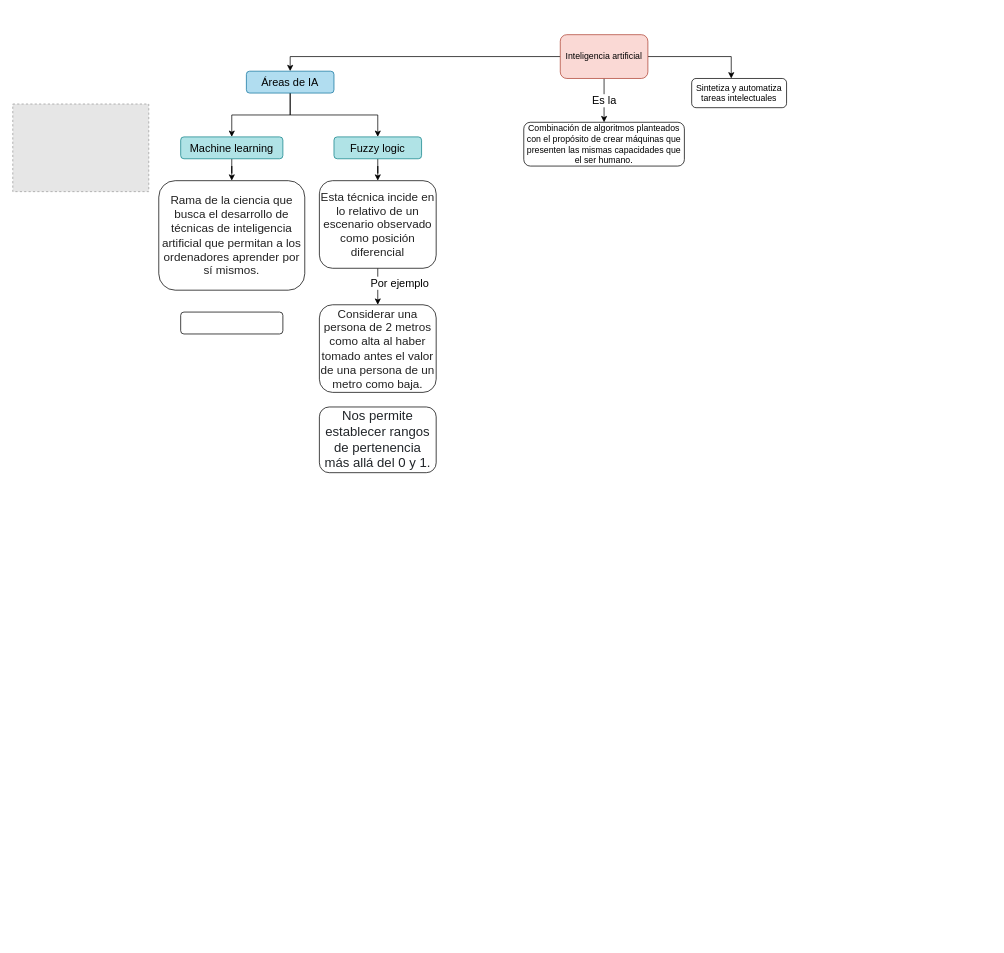
Above: new.drawio in rulgamer03/Mapas (draw.io), before the change. Source tidied: cells renumbered, new cells numbered last; positions are measured from the earlier drawing's top-left corner, leaving out a move shared by most shapes. Both pictures are drawn from the tidied source at 73%, with x=0, y=0 at pixel (12, 34). Pictures stored in the file or linked from it are replaced by grey dashed boxes.
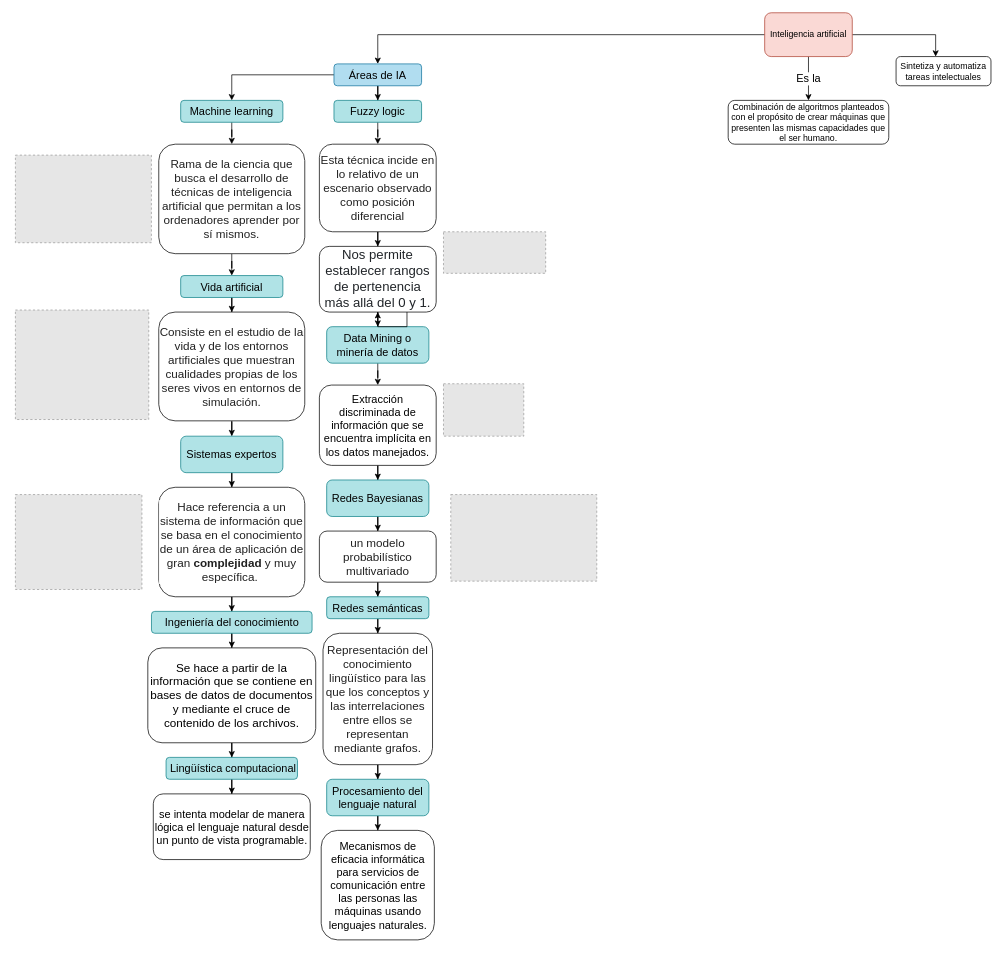
Above is the later version.

Change to the diagram source:
```diff
@@
     <mxCell id="5" value="Inteligencia artificial" style="rounded=1;whiteSpace=wrap;html=1;fillColor=#fad9d5;strokeColor=#ae4132;" parent="1" vertex="1">
-      <mxGeometry x="750" width="120" height="60" as="geometry" />
+      <mxGeometry x="1030" y="-30" width="120" height="60" as="geometry" />
     </mxCell>
     <mxCell id="6" value="Sintetiza y automatiza tareas intelectuales" style="rounded=1;whiteSpace=wrap;html=1;" parent="1" vertex="1">
-      <mxGeometry x="930" y="60" width="130" height="40" as="geometry" />
+      <mxGeometry x="1210" y="30" width="130" height="40" as="geometry" />
     </mxCell>
     <mxCell id="7" value="&lt;span style=&quot;background-color: initial;&quot;&gt;Combinación de algoritmos planteados con el propósito&amp;nbsp;&lt;/span&gt;&lt;span style=&quot;background-color: initial;&quot;&gt;de crear máquinas que presenten las mismas capacidades que el ser humano.&lt;/span&gt;" style="rounded=1;whiteSpace=wrap;html=1;" parent="1" vertex="1">
-      <mxGeometry x="700" y="120" width="220" height="60" as="geometry" />
+      <mxGeometry x="980" y="90" width="220" height="60" as="geometry" />
     </mxCell>
@@
     <mxCell id="10" value="Áreas de IA" style="rounded=1;whiteSpace=wrap;html=1;fontSize=15;fillColor=#b1ddf0;strokeColor=#10739e;" parent="1" vertex="1">
-      <mxGeometry x="320" y="50" width="120" height="30" as="geometry" />
+      <mxGeometry x="440" y="40" width="120" height="30" as="geometry" />
     </mxCell>
@@
     <mxCell id="12" value="Machine learning" style="rounded=1;whiteSpace=wrap;html=1;fontSize=15;fillColor=#b0e3e6;strokeColor=#0e8088;" parent="1" vertex="1">
-      <mxGeometry x="230" y="140" width="140" height="30" as="geometry" />
+      <mxGeometry x="230" y="90" width="140" height="30" as="geometry" />
     </mxCell>
+    <mxCell id="22" style="edgeStyle=orthogonalEdgeStyle;rounded=0;jettySize=auto;html=1;fontSize=15;" parent="1" edge="1" source="13" target="19">
+      <mxGeometry relative="1" as="geometry" />
+    </mxCell>
     <mxCell id="13" value="&lt;span style=&quot;color: rgb(34, 34, 34); font-family: Muli, sans-serif; font-size: 16px; font-style: normal; font-variant-ligatures: normal; font-variant-caps: normal; font-weight: 400; letter-spacing: normal; orphans: 2; text-align: start; text-indent: 0px; text-transform: none; widows: 2; word-spacing: 0px; -webkit-text-stroke-width: 0px; background-color: rgb(255, 255, 255); text-decoration-thickness: initial; text-decoration-style: initial; text-decoration-color: initial; float: none; display: inline !important;&quot;&gt;Rama de la ciencia que busca el desarrollo de técnicas de inteligencia artificial que permitan a los ordenadores aprender por sí mismos.&lt;/span&gt;" style="rounded=1;whiteSpace=wrap;html=1;fontSize=15;" parent="1" vertex="1">
-      <mxGeometry x="200" y="200" width="200" height="150" as="geometry" />
+      <mxGeometry x="200" y="150" width="200" height="150" as="geometry" />
     </mxCell>
@@
     <mxCell id="15" value="Fuzzy logic" style="rounded=1;whiteSpace=wrap;html=1;fontSize=15;fillColor=#b0e3e6;strokeColor=#0e8088;" parent="1" vertex="1">
-      <mxGeometry x="440" y="140" width="120" height="30" as="geometry" />
+      <mxGeometry x="440" y="90" width="120" height="30" as="geometry" />
     </mxCell>
-    <mxCell id="16" value="Por ejemplo" style="edgeStyle=orthogonalEdgeStyle;rounded=0;jettySize=auto;html=1;fontSize=15;" parent="1" edge="1" source="17" target="18">
-      <mxGeometry x="-0.2" y="30" relative="1" as="geometry" />
-    </mxCell>
+    <mxCell id="23" style="edgeStyle=orthogonalEdgeStyle;rounded=0;jettySize=auto;html=1;fontSize=15;fontColor=none;" parent="1" edge="1" source="17" target="21">
+      <mxGeometry relative="1" as="geometry" />
+    </mxCell>
     <mxCell id="17" value="&lt;span style=&quot;color: rgb(34, 34, 34); font-family: Muli, sans-serif; font-size: 16px; font-style: normal; font-variant-ligatures: normal; font-variant-caps: normal; font-weight: 400; letter-spacing: normal; orphans: 2; text-align: start; text-indent: 0px; text-transform: none; widows: 2; word-spacing: 0px; -webkit-text-stroke-width: 0px; background-color: rgb(255, 255, 255); text-decoration-thickness: initial; text-decoration-style: initial; text-decoration-color: initial; float: none; display: inline !important;&quot;&gt;Esta técnica incide en lo relativo de un escenario observado como posición diferencial&lt;/span&gt;" style="rounded=1;whiteSpace=wrap;html=1;fontSize=15;" parent="1" vertex="1">
-      <mxGeometry x="420" y="200" width="160" height="120" as="geometry" />
+      <mxGeometry x="420" y="150" width="160" height="120" as="geometry" />
     </mxCell>
-    <mxCell id="18" value="&lt;span style=&quot;color: rgb(34, 34, 34); font-family: Muli, sans-serif; font-size: 16px; font-style: normal; font-variant-ligatures: normal; font-variant-caps: normal; font-weight: 400; letter-spacing: normal; orphans: 2; text-align: start; text-indent: 0px; text-transform: none; widows: 2; word-spacing: 0px; -webkit-text-stroke-width: 0px; background-color: rgb(255, 255, 255); text-decoration-thickness: initial; text-decoration-style: initial; text-decoration-color: initial; float: none; display: inline !important;&quot;&gt;Considerar una persona de 2 metros como alta al haber tomado antes el valor de una persona de un metro como baja.&lt;/span&gt;" style="rounded=1;whiteSpace=wrap;html=1;fontSize=15;" parent="1" vertex="1">
-      <mxGeometry x="420" y="370" width="160" height="120" as="geometry" />
-    </mxCell>
+    <mxCell id="24" style="edgeStyle=orthogonalEdgeStyle;rounded=0;jettySize=auto;html=1;fontSize=15;" parent="1" edge="1" source="19" target="28">
+      <mxGeometry relative="1" as="geometry" />
+    </mxCell>
-    <mxCell id="19" style="rounded=1;whiteSpace=wrap;html=1;fontSize=15;" parent="1" vertex="1">
-      <mxGeometry x="230" y="380" width="140" height="30" as="geometry" />
+    <mxCell id="19" value="Vida artificial" style="rounded=1;whiteSpace=wrap;html=1;fontSize=15;fillColor=#b0e3e6;strokeColor=#0e8088;" parent="1" vertex="1">
+      <mxGeometry x="230" y="330" width="140" height="30" as="geometry" />
     </mxCell>
     <mxCell id="20" style="fillColor=#E6E6E6;strokeColor=#999999;dashed=1;verticalLabelPosition=bottom;verticalAlign=top;fontSize=15;" parent="1" vertex="1">
-      <mxGeometry y="95" width="186.3" height="120" as="geometry" />
+      <mxGeometry x="3.6" y="165" width="186.3" height="120" as="geometry" />
     </mxCell>
+    <mxCell id="25" style="edgeStyle=orthogonalEdgeStyle;rounded=0;jettySize=auto;html=1;fontSize=15;fontColor=none;" parent="1" edge="1" source="21" target="36">
+      <mxGeometry relative="1" as="geometry" />
+    </mxCell>
     <mxCell id="21" value="&lt;span style=&quot;color: rgb(33, 37, 41); font-family: Montserrat, Helvetica, Arial, sans-serif; font-size: 18px; font-style: normal; font-variant-ligatures: normal; font-variant-caps: normal; font-weight: 400; letter-spacing: normal; orphans: 2; text-align: left; text-indent: 0px; text-transform: none; widows: 2; word-spacing: 0px; -webkit-text-stroke-width: 0px; background-color: rgb(255, 255, 255); text-decoration-thickness: initial; text-decoration-style: initial; text-decoration-color: initial; float: none; display: inline !important;&quot;&gt;Nos permite establecer rangos de pertenencia más allá del 0 y 1.&lt;/span&gt;" style="rounded=1;whiteSpace=wrap;html=1;fontSize=15;" parent="1" vertex="1">
-      <mxGeometry x="420" y="510" width="160" height="90" as="geometry" />
+      <mxGeometry x="420" y="290" width="160" height="90" as="geometry" />
     </mxCell>
+    <mxCell id="26" style="fillColor=#E6E6E6;strokeColor=#999999;dashed=1;verticalLabelPosition=bottom;verticalAlign=top;fontSize=15;" parent="1" vertex="1">
+      <mxGeometry x="590" y="270" width="140" height="56.9" as="geometry" />
+    </mxCell>
+    <mxCell id="27" style="edgeStyle=orthogonalEdgeStyle;rounded=0;jettySize=auto;html=1;fontSize=15;" parent="1" edge="1" source="28" target="31">
+      <mxGeometry relative="1" as="geometry" />
+    </mxCell>
+    <mxCell id="28" value="&lt;span style=&quot;color: rgb(34, 34, 34); font-family: Muli, sans-serif; font-size: 16px; font-style: normal; font-variant-ligatures: normal; font-variant-caps: normal; font-weight: 400; letter-spacing: normal; orphans: 2; text-align: start; text-indent: 0px; text-transform: none; widows: 2; word-spacing: 0px; -webkit-text-stroke-width: 0px; background-color: rgb(255, 255, 255); text-decoration-thickness: initial; text-decoration-style: initial; text-decoration-color: initial; float: none; display: inline !important;&quot;&gt;Consiste en el estudio de la vida y de los entornos artificiales que muestran cualidades propias de los seres vivos en entornos de simulación.&lt;/span&gt;&lt;br&gt;" style="rounded=1;whiteSpace=wrap;html=1;fontSize=15;" parent="1" vertex="1">
+      <mxGeometry x="200" y="380" width="200" height="149" as="geometry" />
+    </mxCell>
+    <mxCell id="29" style="fillColor=#E6E6E6;strokeColor=#999999;dashed=1;verticalLabelPosition=bottom;verticalAlign=top;fontSize=15;" parent="1" vertex="1">
+      <mxGeometry x="3.6" y="377.2" width="182.7" height="150" as="geometry" />
+    </mxCell>
+    <mxCell id="30" style="edgeStyle=orthogonalEdgeStyle;rounded=0;jettySize=auto;html=1;fontSize=15;" parent="1" edge="1" source="31" target="33">
+      <mxGeometry relative="1" as="geometry" />
+    </mxCell>
+    <mxCell id="31" value="&lt;p class=&quot;MsoNormal&quot;&gt;Sistemas expertos&lt;/p&gt;" style="rounded=1;whiteSpace=wrap;html=1;fontSize=15;fillColor=#b0e3e6;strokeColor=#0e8088;" parent="1" vertex="1">
+      <mxGeometry x="230" y="550" width="140" height="50" as="geometry" />
+    </mxCell>
+    <mxCell id="32" style="edgeStyle=orthogonalEdgeStyle;rounded=0;jettySize=auto;html=1;fontSize=15;fontColor=default;" parent="1" edge="1" source="33" target="46">
+      <mxGeometry relative="1" as="geometry" />
+    </mxCell>
+    <mxCell id="33" value="&lt;span style=&quot;color: rgb(34, 34, 34); font-family: Muli, sans-serif; font-size: 16px; font-style: normal; font-variant-ligatures: normal; font-variant-caps: normal; font-weight: 400; letter-spacing: normal; orphans: 2; text-align: start; text-indent: 0px; text-transform: none; widows: 2; word-spacing: 0px; -webkit-text-stroke-width: 0px; background-color: rgb(255, 255, 255); text-decoration-thickness: initial; text-decoration-style: initial; text-decoration-color: initial; float: none; display: inline !important;&quot;&gt;Hace referencia a un sistema de información que se basa en el conocimiento de un área de aplicación de gran&lt;span&gt;&amp;nbsp;&lt;/span&gt;&lt;/span&gt;&lt;strong style=&quot;box-sizing: border-box; font-weight: bold; color: rgb(34, 34, 34); font-family: Muli, sans-serif; font-size: 16px; font-style: normal; font-variant-ligatures: normal; font-variant-caps: normal; letter-spacing: normal; orphans: 2; text-align: start; text-indent: 0px; text-transform: none; widows: 2; word-spacing: 0px; -webkit-text-stroke-width: 0px; background-color: rgb(255, 255, 255); text-decoration-thickness: initial; text-decoration-style: initial; text-decoration-color: initial;&quot;&gt;complejidad&lt;/strong&gt;&lt;span style=&quot;color: rgb(34, 34, 34); font-family: Muli, sans-serif; font-size: 16px; font-style: normal; font-variant-ligatures: normal; font-variant-caps: normal; font-weight: 400; letter-spacing: normal; orphans: 2; text-align: start; text-indent: 0px; text-transform: none; widows: 2; word-spacing: 0px; -webkit-text-stroke-width: 0px; background-color: rgb(255, 255, 255); text-decoration-thickness: initial; text-decoration-style: initial; text-decoration-color: initial; float: none; display: inline !important;&quot;&gt;&lt;span&gt;&amp;nbsp;&lt;/span&gt;y muy específica.&lt;span&gt;&amp;nbsp;&lt;/span&gt;&lt;/span&gt;&lt;br&gt;" style="rounded=1;whiteSpace=wrap;html=1;labelBackgroundColor=#FFFFFF;fontSize=15;" parent="1" vertex="1">
+      <mxGeometry x="200" y="620" width="200" height="150" as="geometry" />
+    </mxCell>
+    <mxCell id="34" style="fillColor=#E6E6E6;strokeColor=#999999;dashed=1;verticalLabelPosition=bottom;verticalAlign=top;labelBackgroundColor=#FFFFFF;fontSize=15;" parent="1" vertex="1">
+      <mxGeometry x="3.6" y="630" width="173.3" height="130" as="geometry" />
+    </mxCell>
+    <mxCell id="35" style="edgeStyle=orthogonalEdgeStyle;rounded=0;jettySize=auto;html=1;fontSize=15;fontColor=none;" parent="1" edge="1" source="36" target="38">
+      <mxGeometry relative="1" as="geometry" />
+    </mxCell>
+    <mxCell id="36" value="&lt;p class=&quot;MsoNormal&quot;&gt;Data Mining o minería de datos&lt;/p&gt;" style="rounded=1;whiteSpace=wrap;html=1;fontSize=15;fillColor=#b0e3e6;strokeColor=#0e8088;" parent="1" vertex="1">
+      <mxGeometry x="430" y="400" width="140" height="50" as="geometry" />
+    </mxCell>
+    <mxCell id="37" style="edgeStyle=orthogonalEdgeStyle;rounded=0;jettySize=auto;html=1;fontSize=15;fontColor=none;" parent="1" edge="1" source="38" target="41">
+      <mxGeometry relative="1" as="geometry" />
+    </mxCell>
+    <mxCell id="38" value="Extracción discriminada de información que se encuentra implícita en los datos manejados." style="rounded=1;whiteSpace=wrap;html=1;labelBackgroundColor=none;fontSize=15;fontColor=none;" parent="1" vertex="1">
+      <mxGeometry x="420" y="480" width="160" height="110" as="geometry" />
+    </mxCell>
+    <mxCell id="39" style="fillColor=#E6E6E6;strokeColor=#999999;dashed=1;verticalLabelPosition=bottom;labelBackgroundColor=default;verticalAlign=top;" parent="1" vertex="1">
+      <mxGeometry x="590" y="478.2" width="110" height="71.8" as="geometry" />
+    </mxCell>
+    <mxCell id="40" style="edgeStyle=orthogonalEdgeStyle;rounded=0;jettySize=auto;html=1;fontSize=15;fontColor=none;" parent="1" edge="1" source="41" target="43">
+      <mxGeometry relative="1" as="geometry" />
+    </mxCell>
+    <mxCell id="41" value="&lt;p class=&quot;MsoNormal&quot;&gt;Redes Bayesianas&lt;/p&gt;" style="rounded=1;whiteSpace=wrap;html=1;fontSize=15;fillColor=#b0e3e6;strokeColor=#0e8088;" parent="1" vertex="1">
+      <mxGeometry x="430" y="610" width="140" height="50" as="geometry" />
+    </mxCell>
+    <mxCell id="42" style="edgeStyle=orthogonalEdgeStyle;rounded=0;jettySize=auto;html=1;fontSize=15;fontColor=default;" parent="1" edge="1" source="43" target="50">
+      <mxGeometry relative="1" as="geometry" />
+    </mxCell>
+    <mxCell id="43" value="&lt;span style=&quot;color: rgb(34, 34, 34); font-family: Muli, sans-serif; font-size: 16px; font-style: normal; font-variant-ligatures: normal; font-variant-caps: normal; font-weight: 400; letter-spacing: normal; orphans: 2; text-align: start; text-indent: 0px; text-transform: none; widows: 2; word-spacing: 0px; -webkit-text-stroke-width: 0px; text-decoration-thickness: initial; text-decoration-style: initial; text-decoration-color: initial; float: none; display: inline !important;&quot;&gt;un modelo probabilístico multivariado&lt;/span&gt;" style="rounded=1;whiteSpace=wrap;html=1;labelBackgroundColor=none;fontSize=15;fontColor=none;" parent="1" vertex="1">
+      <mxGeometry x="420" y="680" width="160" height="70" as="geometry" />
+    </mxCell>
+    <mxCell id="44" style="fillColor=#E6E6E6;strokeColor=#999999;dashed=1;verticalLabelPosition=bottom;labelBackgroundColor=default;verticalAlign=top;" parent="1" vertex="1">
+      <mxGeometry x="600" y="630" width="200" height="118.6" as="geometry" />
+    </mxCell>
+    <mxCell id="45" style="edgeStyle=orthogonalEdgeStyle;rounded=0;jettySize=auto;html=1;fontSize=15;fontColor=default;" parent="1" edge="1" source="46" target="48">
+      <mxGeometry relative="1" as="geometry" />
+    </mxCell>
+    <mxCell id="46" value="Ingeniería del conocimiento" style="rounded=1;fontSize=15;fillColor=#b0e3e6;strokeColor=#0e8088;html=1;" parent="1" vertex="1">
+      <mxGeometry x="190" y="790" width="220" height="30" as="geometry" />
+    </mxCell>
+    <mxCell id="47" style="edgeStyle=orthogonalEdgeStyle;rounded=0;jettySize=auto;html=1;fontSize=15;fontColor=default;" parent="1" edge="1" source="48" target="54">
+      <mxGeometry relative="1" as="geometry" />
+    </mxCell>
+    <mxCell id="48" value="&lt;span style=&quot;font-family: Muli, sans-serif; font-size: 16px; font-style: normal; font-variant-ligatures: normal; font-variant-caps: normal; font-weight: 400; letter-spacing: normal; orphans: 2; text-align: start; text-indent: 0px; text-transform: none; widows: 2; word-spacing: 0px; -webkit-text-stroke-width: 0px; background-color: rgb(255, 255, 255); text-decoration-thickness: initial; text-decoration-style: initial; text-decoration-color: initial; float: none; display: inline !important;&quot;&gt;Se hace a partir de la información que se contiene en bases de datos de documentos y mediante el cruce de contenido de los archivos.&lt;/span&gt;" style="rounded=1;html=1;labelBackgroundColor=none;fontSize=15;fontColor=default;whiteSpace=wrap;" parent="1" vertex="1">
+      <mxGeometry x="185" y="840" width="230" height="130" as="geometry" />
+    </mxCell>
+    <mxCell id="49" style="edgeStyle=orthogonalEdgeStyle;rounded=0;jettySize=auto;html=1;fontSize=15;fontColor=default;" parent="1" edge="1" source="50" target="52">
+      <mxGeometry relative="1" as="geometry" />
+    </mxCell>
+    <mxCell id="50" value="Redes semánticas" style="rounded=1;whiteSpace=wrap;html=1;labelBackgroundColor=none;fontSize=15;fillColor=#b0e3e6;strokeColor=#0e8088;" parent="1" vertex="1">
+      <mxGeometry x="430" y="770" width="140" height="30" as="geometry" />
+    </mxCell>
+    <mxCell id="51" style="edgeStyle=orthogonalEdgeStyle;rounded=0;jettySize=auto;html=1;fontSize=15;fontColor=default;" parent="1" edge="1" source="52" target="58">
+      <mxGeometry relative="1" as="geometry" />
+    </mxCell>
+    <mxCell id="52" value="&lt;span style=&quot;color: rgb(34, 34, 34); font-family: Muli, sans-serif; font-size: 16px; font-style: normal; font-variant-ligatures: normal; font-variant-caps: normal; font-weight: 400; letter-spacing: normal; orphans: 2; text-align: start; text-indent: 0px; text-transform: none; widows: 2; word-spacing: 0px; -webkit-text-stroke-width: 0px; background-color: rgb(255, 255, 255); text-decoration-thickness: initial; text-decoration-style: initial; text-decoration-color: initial; float: none; display: inline !important;&quot;&gt;Representación del conocimiento lingüístico para las que los conceptos y las interrelaciones entre ellos se representan mediante grafos.&lt;/span&gt;&lt;br&gt;" style="rounded=1;whiteSpace=wrap;html=1;labelBackgroundColor=none;fontSize=15;fontColor=default;" parent="1" vertex="1">
+      <mxGeometry x="425" y="820" width="150" height="180" as="geometry" />
+    </mxCell>
+    <mxCell id="53" style="edgeStyle=orthogonalEdgeStyle;rounded=0;jettySize=auto;html=1;fontSize=15;fontColor=default;" parent="1" edge="1" source="54" target="55">
+      <mxGeometry relative="1" as="geometry" />
+    </mxCell>
+    <mxCell id="54" value=" Lingüística computacional" style="rounded=1;whiteSpace=wrap;labelBackgroundColor=none;fontSize=15;html=1;fillColor=#b0e3e6;strokeColor=#0e8088;" parent="1" vertex="1">
+      <mxGeometry x="210" y="990" width="180" height="30" as="geometry" />
+    </mxCell>
+    <mxCell id="55" value="se intenta modelar de manera lógica el lenguaje natural desde un punto de vista programable." style="rounded=1;whiteSpace=wrap;html=1;labelBackgroundColor=none;fontSize=15;fontColor=default;" parent="1" vertex="1">
+      <mxGeometry x="192.5" y="1040" width="215" height="90" as="geometry" />
+    </mxCell>
+    <mxCell id="56" style="edgeStyle=orthogonalEdgeStyle;rounded=0;orthogonalLoop=1;jettySize=auto;html=1;exitX=0.75;exitY=1;exitDx=0;exitDy=0;fontSize=15;fontColor=default;" parent="1" edge="1" source="21" target="21">
+      <mxGeometry relative="1" as="geometry" />
+    </mxCell>
+    <mxCell id="57" style="edgeStyle=orthogonalEdgeStyle;rounded=0;jettySize=auto;html=1;fontSize=15;fontColor=default;" parent="1" edge="1" source="58" target="59">
+      <mxGeometry relative="1" as="geometry" />
+    </mxCell>
+    <mxCell id="58" value="Procesamiento del lenguaje natural" style="rounded=1;whiteSpace=wrap;html=1;labelBackgroundColor=none;fontSize=15;fillColor=#b0e3e6;strokeColor=#0e8088;" parent="1" vertex="1">
+      <mxGeometry x="430" y="1020" width="140" height="50" as="geometry" />
+    </mxCell>
+    <mxCell id="59" value="Mecanismos de eficacia informática para servicios de comunicación entre las personas las máquinas usando lenguajes naturales." style="rounded=1;whiteSpace=wrap;html=1;labelBackgroundColor=none;fontSize=15;fontColor=default;" parent="1" vertex="1">
+      <mxGeometry x="422.5" y="1090" width="155" height="150" as="geometry" />
+    </mxCell>
```
